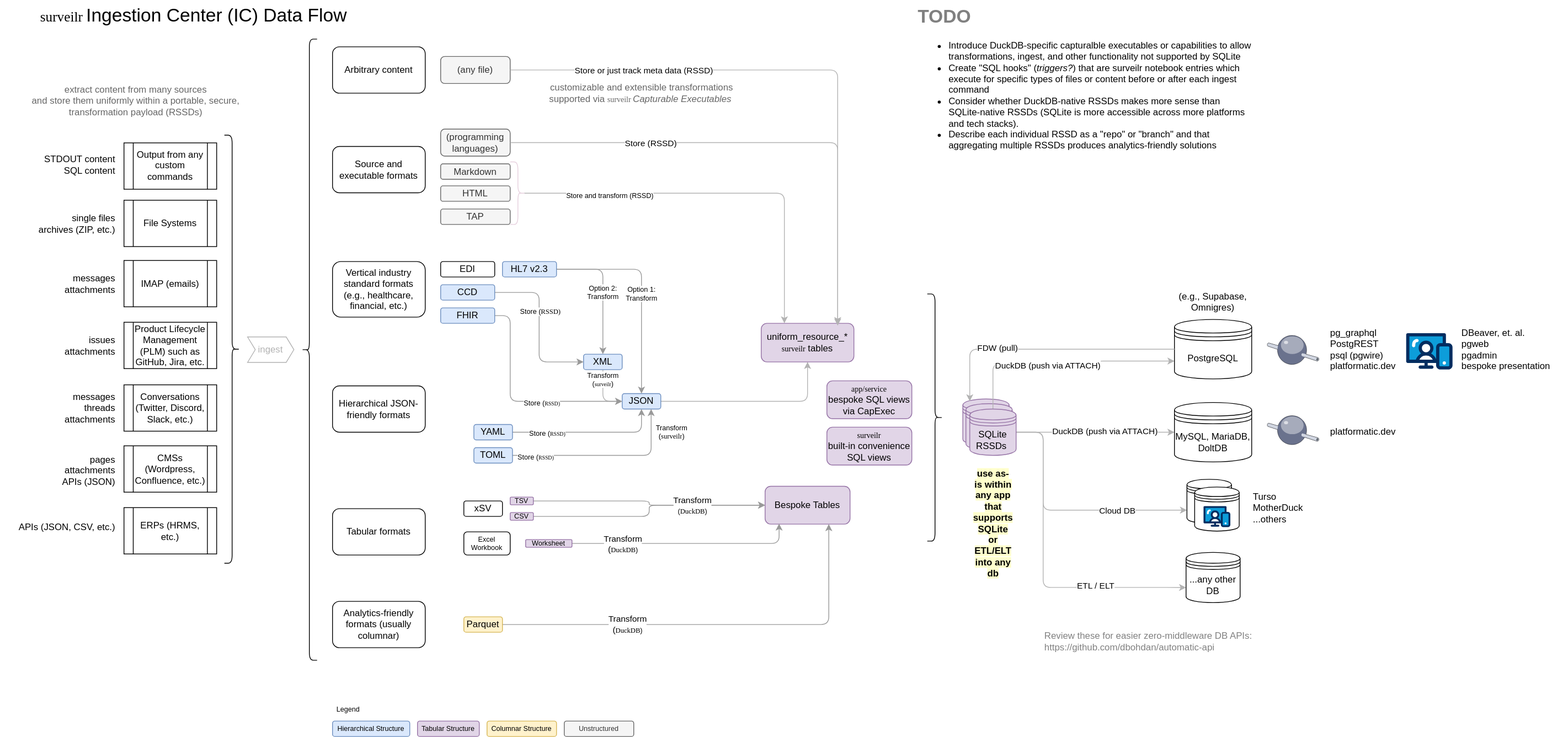
Above: public/surveilr-ingestion-data-flow.drawio.svg in opsfolio/docs.opsfolio.com (draw.io), before the change. Source tidied: cells renumbered, new cells last; positions are measured from the earlier drawing's top-left corner, leaving out a move shared by most shapes.
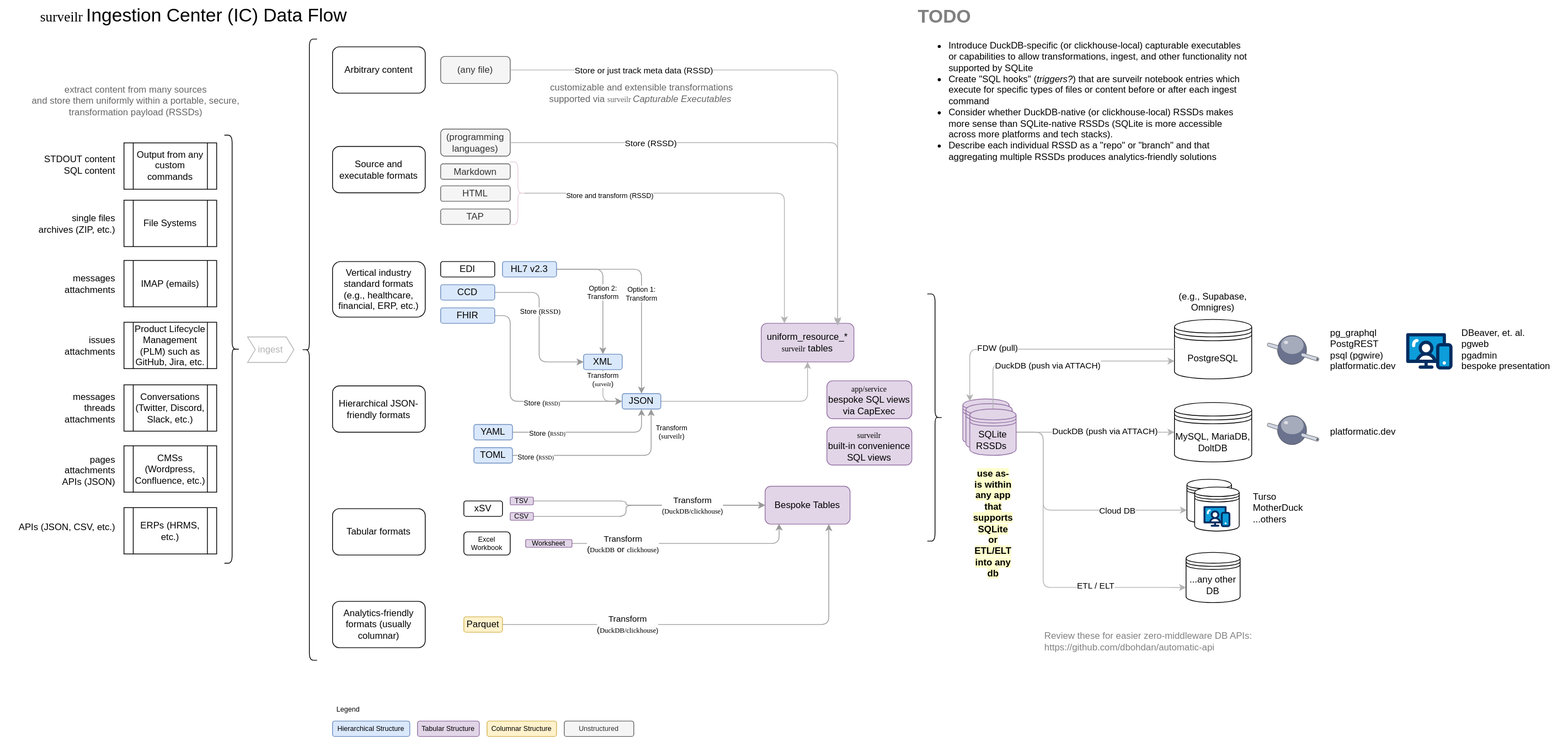
After the change.

Commit message:
clickhouse-local reminder

The edit, as a diff of the source:
```diff
@@ -51,7 +51,12 @@
       <mxGeometry x="600" y="688" width="60" height="30" as="geometry" />
     </mxCell>
     <mxCell id="18" style="edgeStyle=orthogonalEdgeStyle;rounded=1;jettySize=auto;html=1;entryX=0;entryY=0.5;entryDx=0;entryDy=0;strokeColor=#999999;" parent="1" edge="1" source="19" target="36">
-      <mxGeometry relative="1" as="geometry" />
+      <mxGeometry relative="1" as="geometry">
+        <Array as="points">
+          <mxPoint x="810" y="668" />
+          <mxPoint x="810" y="654" />
+        </Array>
+      </mxGeometry>
     </mxCell>
     <mxCell id="19" value="CSV" style="rounded=1;whiteSpace=wrap;html=1;fillColor=#e1d5e7;strokeColor=#9673a6;fontSize=9;" parent="1" vertex="1">
       <mxGeometry x="660" y="663" width="30" height="10" as="geometry" />
@@ -59,13 +64,13 @@
     <mxCell id="20" style="edgeStyle=orthogonalEdgeStyle;rounded=1;jettySize=auto;html=1;entryX=0.75;entryY=1;entryDx=0;entryDy=0;strokeColor=#999999;" parent="1" edge="1" source="22" target="36">
       <mxGeometry relative="1" as="geometry" />
     </mxCell>
-    <mxCell id="21" value="Transform&lt;br style=&quot;border-color: var(--border-color); font-size: 9px; background-color: rgb(251, 251, 251);&quot;&gt;(&lt;font style=&quot;border-color: var(--border-color); font-size: 9px; background-color: rgb(251, 251, 251);&quot; face=&quot;Lucida Console&quot;&gt;DuckDB&lt;/font&gt;&lt;span style=&quot;border-color: var(--border-color); font-size: 9px;&quot;&gt;)&lt;/span&gt;" style="edgeLabel;html=1;align=center;verticalAlign=middle;" parent="20" vertex="1">
+    <mxCell id="21" value="Transform&lt;br style=&quot;border-color: var(--border-color); font-size: 9px; background-color: rgb(251, 251, 251);&quot;&gt;(&lt;font style=&quot;border-color: var(--border-color); font-size: 9px; background-color: rgb(251, 251, 251);&quot; face=&quot;Lucida Console&quot;&gt;DuckDB/clickhouse&lt;/font&gt;&lt;span style=&quot;border-color: var(--border-color); font-size: 9px;&quot;&gt;)&lt;/span&gt;" style="edgeLabel;html=1;align=center;verticalAlign=middle;" parent="20" vertex="1">
       <mxGeometry x="-0.42" y="1" relative="1" as="geometry" />
     </mxCell>
     <mxCell id="22" value="Parquet" style="rounded=1;whiteSpace=wrap;html=1;fillColor=#fff2cc;strokeColor=#d6b656;" parent="1" vertex="1">
       <mxGeometry x="600" y="798" width="50" height="20" as="geometry" />
     </mxCell>
-    <mxCell id="23" value="Vertical industry standard formats (e.g., healthcare, financial, etc.)" style="rounded=1;whiteSpace=wrap;html=1;" parent="1" vertex="1">
+    <mxCell id="23" value="Vertical industry standard formats (e.g., healthcare, financial, ERP, etc.)" style="rounded=1;whiteSpace=wrap;html=1;" parent="1" vertex="1">
       <mxGeometry x="430" y="338" width="120" height="72" as="geometry" />
     </mxCell>
     <mxCell id="24" value="EDI" style="rounded=1;whiteSpace=wrap;html=1;" parent="1" vertex="1">
@@ -119,9 +124,14 @@
       <mxGeometry x="430" y="933" width="100" height="20" as="geometry" />
     </mxCell>
     <mxCell id="39" style="edgeStyle=orthogonalEdgeStyle;rounded=1;jettySize=auto;html=1;entryX=0;entryY=0.5;entryDx=0;entryDy=0;strokeColor=#999999;" parent="1" edge="1" source="41" target="36">
-      <mxGeometry relative="1" as="geometry" />
+      <mxGeometry relative="1" as="geometry">
+        <Array as="points">
+          <mxPoint x="810" y="648" />
+          <mxPoint x="810" y="654" />
+        </Array>
+      </mxGeometry>
     </mxCell>
-    <mxCell id="40" value="Transform&lt;br style=&quot;border-color: var(--border-color); font-size: 9px; background-color: rgb(251, 251, 251);&quot;&gt;&lt;span style=&quot;border-color: var(--border-color); font-size: 9px;&quot;&gt;(&lt;/span&gt;&lt;font style=&quot;border-color: var(--border-color); font-size: 9px; background-color: rgb(251, 251, 251);&quot; face=&quot;Lucida Console&quot;&gt;DuckDB&lt;/font&gt;&lt;span style=&quot;border-color: var(--border-color); font-size: 9px;&quot;&gt;)&lt;/span&gt;" style="edgeLabel;html=1;align=center;verticalAlign=middle;" parent="39" vertex="1">
+    <mxCell id="40" value="Transform&lt;br style=&quot;border-color: var(--border-color); font-size: 9px; background-color: rgb(251, 251, 251);&quot;&gt;&lt;span style=&quot;border-color: var(--border-color); font-size: 9px;&quot;&gt;(&lt;/span&gt;&lt;font style=&quot;border-color: var(--border-color); font-size: 9px; background-color: rgb(251, 251, 251);&quot; face=&quot;Lucida Console&quot;&gt;DuckDB/clickhouse&lt;/font&gt;&lt;span style=&quot;border-color: var(--border-color); font-size: 9px;&quot;&gt;)&lt;/span&gt;" style="edgeLabel;html=1;align=center;verticalAlign=middle;" parent="39" vertex="1">
       <mxGeometry x="0.38" relative="1" as="geometry" />
     </mxCell>
     <mxCell id="41" value="TSV" style="rounded=1;whiteSpace=wrap;html=1;fillColor=#e1d5e7;strokeColor=#9673a6;fontSize=9;" parent="1" vertex="1">
@@ -130,7 +140,7 @@
     <mxCell id="42" style="edgeStyle=orthogonalEdgeStyle;rounded=1;jettySize=auto;html=1;entryX=0.165;entryY=0.986;entryDx=0;entryDy=0;entryPerimeter=0;strokeColor=#999999;" parent="1" edge="1" source="44" target="36">
       <mxGeometry relative="1" as="geometry" />
     </mxCell>
-    <mxCell id="43" value="Transform&lt;br style=&quot;border-color: var(--border-color); font-size: 9px; background-color: rgb(251, 251, 251);&quot;&gt;(&lt;font style=&quot;border-color: var(--border-color); font-size: 9px; background-color: rgb(251, 251, 251);&quot; face=&quot;Lucida Console&quot;&gt;DuckDB&lt;/font&gt;&lt;span style=&quot;border-color: var(--border-color); font-size: 9px;&quot;&gt;)&lt;/span&gt;" style="edgeLabel;html=1;align=center;verticalAlign=middle;" parent="42" vertex="1">
+    <mxCell id="43" value="Transform&lt;br style=&quot;border-color: var(--border-color); font-size: 9px; background-color: rgb(251, 251, 251);&quot;&gt;(&lt;font style=&quot;border-color: var(--border-color); background-color: rgb(251, 251, 251); font-size: 9px;&quot; face=&quot;Lucida Console&quot;&gt;DuckDB&lt;/font&gt;&lt;span style=&quot;border-color: var(--border-color); font-size: 9px;&quot;&gt;&lt;span style=&quot;font-size: 11px;&quot;&gt;&amp;nbsp;or&amp;nbsp;&lt;/span&gt;&lt;span style=&quot;font-family: &amp;quot;Lucida Console&amp;quot;; background-color: rgb(251, 251, 251);&quot;&gt;clickhouse&lt;/span&gt;)&lt;/span&gt;" style="edgeLabel;html=1;align=center;verticalAlign=middle;" parent="42" vertex="1">
       <mxGeometry x="-0.55" relative="1" as="geometry" />
     </mxCell>
     <mxCell id="44" value="Worksheet" style="rounded=1;whiteSpace=wrap;html=1;fillColor=#e1d5e7;strokeColor=#9673a6;fontSize=9;" parent="1" vertex="1">
@@ -269,7 +279,7 @@
     <mxCell id="82" value="customizable and extensible transformations&lt;div&gt;supported via &lt;font style=&quot;font-size: 10px;&quot; face=&quot;Lucida Console&quot;&gt;surveilr &lt;/font&gt;&lt;i&gt;Capturable Executables&lt;/i&gt;&amp;nbsp;&lt;/div&gt;" style="text;html=1;align=center;verticalAlign=middle;strokeColor=none;fillColor=none;fontColor=#666666;" parent="1" vertex="1">
       <mxGeometry x="690" y="100" width="280" height="40" as="geometry" />
     </mxCell>
-    <mxCell id="83" value="&lt;h1 style=&quot;margin-top: 0px;&quot;&gt;&lt;font color=&quot;#808080&quot;&gt;TODO&lt;/font&gt;&lt;/h1&gt;&lt;p&gt;&lt;/p&gt;&lt;ul&gt;&lt;li&gt;Introduce DuckDB-specific capturalble executables or capabilities to allow transformations, ingest, and other functionality not supported by SQLite&lt;/li&gt;&lt;li&gt;Create &quot;SQL hooks&quot; (&lt;i&gt;triggers?&lt;/i&gt;) that are surveilr notebook entries which execute for specific types of files or content before or after each ingest command&lt;/li&gt;&lt;li&gt;Consider whether DuckDB-native RSSDs makes more sense than SQLite-native RSSDs (SQLite is more accessible across more platforms and tech stacks).&lt;/li&gt;&lt;li&gt;Describe each individual RSSD as a &quot;repo&quot; or &quot;branch&quot; and that aggregating multiple RSSDs produces analytics-friendly solutions&lt;/li&gt;&lt;/ul&gt;&lt;p&gt;&lt;/p&gt;" style="text;html=1;whiteSpace=wrap;overflow=hidden;rounded=0;" parent="1" vertex="1">
+    <mxCell id="83" value="&lt;h1 style=&quot;margin-top: 0px;&quot;&gt;&lt;font color=&quot;#808080&quot;&gt;TODO&lt;/font&gt;&lt;/h1&gt;&lt;p&gt;&lt;/p&gt;&lt;ul&gt;&lt;li&gt;Introduce DuckDB-specific&amp;nbsp;(or clickhouse-local)&amp;nbsp;capturable executables or capabilities to allow transformations, ingest, and other functionality not supported by SQLite&lt;/li&gt;&lt;li&gt;Create &quot;SQL hooks&quot; (&lt;i&gt;triggers?&lt;/i&gt;) that are surveilr notebook entries which execute for specific types of files or content before or after each ingest command&lt;/li&gt;&lt;li&gt;Consider whether DuckDB-native (or clickhouse-local) RSSDs makes more sense than SQLite-native RSSDs (SQLite is more accessible across more platforms and tech stacks).&lt;/li&gt;&lt;li&gt;Describe each individual RSSD as a &quot;repo&quot; or &quot;branch&quot; and that aggregating multiple RSSDs produces analytics-friendly solutions&lt;/li&gt;&lt;/ul&gt;&lt;p&gt;&lt;/p&gt;" style="text;html=1;whiteSpace=wrap;overflow=hidden;rounded=0;" parent="1" vertex="1">
       <mxGeometry x="1186" width="434" height="210" as="geometry" />
     </mxCell>
     <mxCell id="84" value="TAP" style="rounded=1;whiteSpace=wrap;html=1;fillColor=#f5f5f5;strokeColor=#666666;fontColor=#333333;" parent="1" vertex="1">
```
